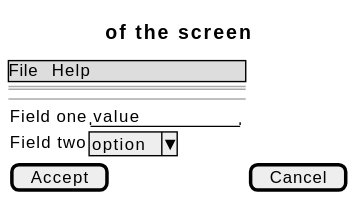
The PlantUML diagram docs/01-requirements/use-cases/manageGroups/wireframes.svg in didactika/kampus, before a commit. The source it was exported from:
```plantuml
@startsalt
{
  {* File | Help }
  ==
  Title of the screen
  --
  {
    Field one | "value        "
    Field two | ^option^
  }
  [ Accept ] | [ Cancel ]
}
@endsalt
```
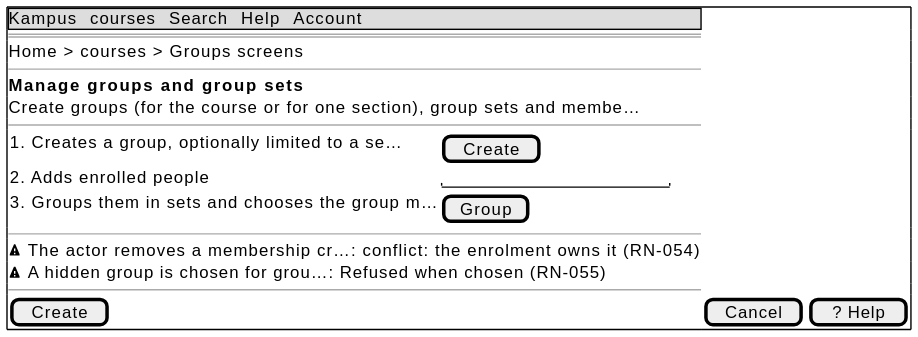
The same file after the commit.

Diff of the diagram source:
```diff
@@ -1,13 +1,21 @@
 @startsalt
-{
-  {* File | Help }
+{+
+  {* Kampus | courses | Search | Help | Account }
   ==
-  Title of the screen
+  Home > courses > Groups screens
+  --
+  <b>Manage groups and group sets
+  Create groups (for the course or for one section), group sets and membe…
   --
   {
-    Field one | "value        "
-    Field two | ^option^
+    1. Creates a group, optionally limited to a se… | [ Create ]
+    2. Adds enrolled people | "                    "
+    3. Groups them in sets and chooses the group m… | [ Group ]
   }
-  [ Accept ] | [ Cancel ]
+  --
+  <&warning> The actor removes a membership cr…: conflict: the enrolment owns it (RN-054)
+  <&warning> A hidden group is chosen for grou…: Refused when chosen (RN-055)
+  --
+  [ Create ] | [ Cancel ] | [ ? Help ]
 }
 @endsalt
```
